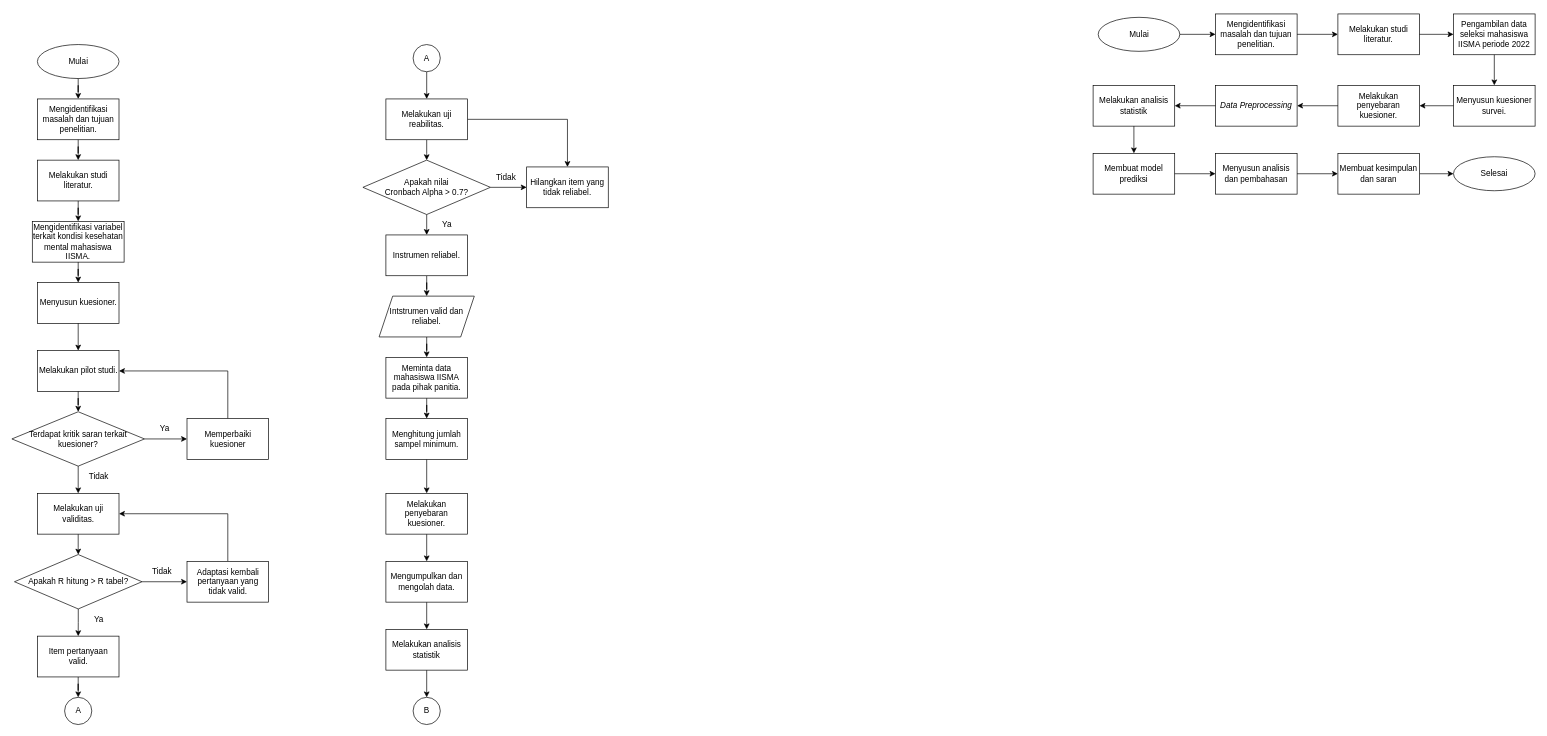
The draw.io diagram Flowchart Metopen.drawio in rianromad/Image-Storage, before the edit. Source tidied: cells renumbered, new cells numbered last; positions are measured from the earlier drawing's top-left corner, leaving out a move shared by most shapes. Both pictures are drawn from the tidied source at 68%, with x=0, y=0 at pixel (12, 14).
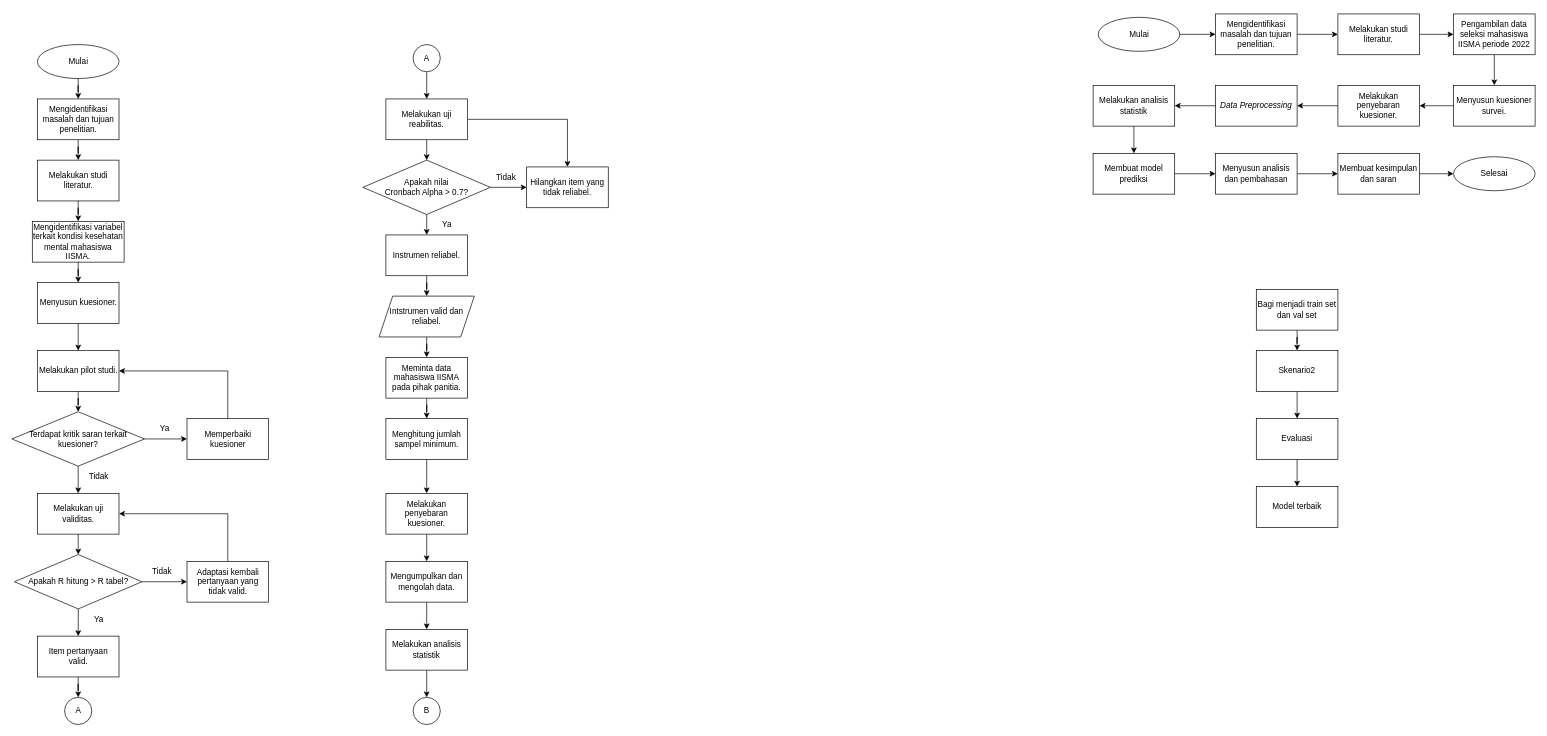
The same diagram, later.

The edit, as a diff of the source:
```diff
@@
+    <mxCell id="84" style="edgeStyle=orthogonalEdgeStyle;rounded=0;jettySize=auto;html=1;" parent="1" edge="1" source="85" target="87">
+      <mxGeometry relative="1" as="geometry" />
+    </mxCell>
+    <mxCell id="85" value="Bagi menjadi train set dan val set" style="rounded=0;whiteSpace=wrap;html=1;" parent="1" vertex="1">
+      <mxGeometry x="1830" y="405" width="120" height="60" as="geometry" />
+    </mxCell>
+    <mxCell id="86" style="edgeStyle=orthogonalEdgeStyle;rounded=0;jettySize=auto;html=1;entryX=0.5;entryY=0;entryDx=0;entryDy=0;" parent="1" edge="1" source="87" target="89">
+      <mxGeometry relative="1" as="geometry" />
+    </mxCell>
+    <mxCell id="87" value="Skenario2" style="rounded=0;whiteSpace=wrap;html=1;" parent="1" vertex="1">
+      <mxGeometry x="1830" y="495" width="120" height="60" as="geometry" />
+    </mxCell>
+    <mxCell id="88" style="edgeStyle=orthogonalEdgeStyle;rounded=0;jettySize=auto;html=1;entryX=0.5;entryY=0;entryDx=0;entryDy=0;" parent="1" edge="1" source="89" target="90">
+      <mxGeometry relative="1" as="geometry" />
+    </mxCell>
+    <mxCell id="89" value="Evaluasi" style="rounded=0;whiteSpace=wrap;html=1;" parent="1" vertex="1">
+      <mxGeometry x="1830" y="595" width="120" height="60" as="geometry" />
+    </mxCell>
+    <mxCell id="90" value="Model terbaik" style="rounded=0;whiteSpace=wrap;html=1;" parent="1" vertex="1">
+      <mxGeometry x="1830" y="695" width="120" height="60" as="geometry" />
+    </mxCell>
```
